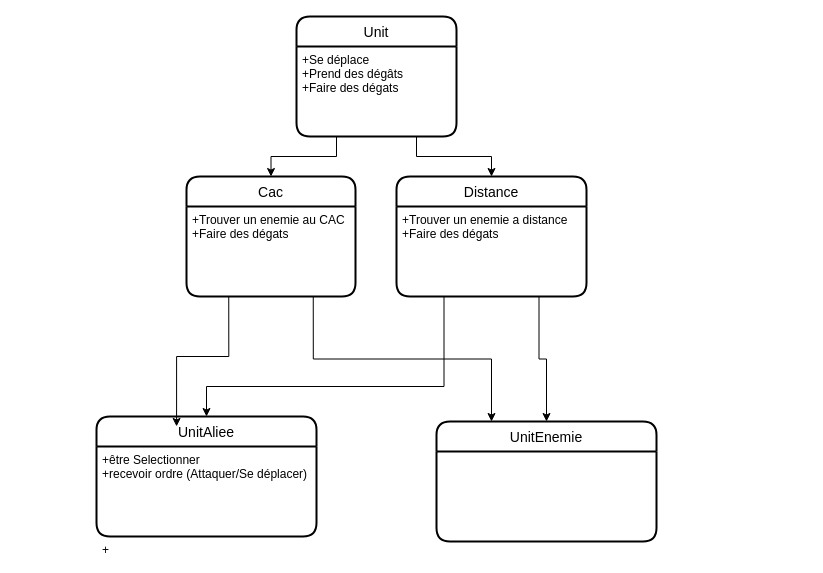
Nebre38-169/rts-unit keeps this draw.io diagram as UnitDiagramRTS.drawio. Above is the earlier version. Source tidied: cells renumbered, new cells numbered last; positions are measured from the earlier drawing's top-left corner, leaving out a move shared by most shapes. Both pictures are drawn from the tidied source at 100%, with x=0, y=0 at pixel (96, 16).
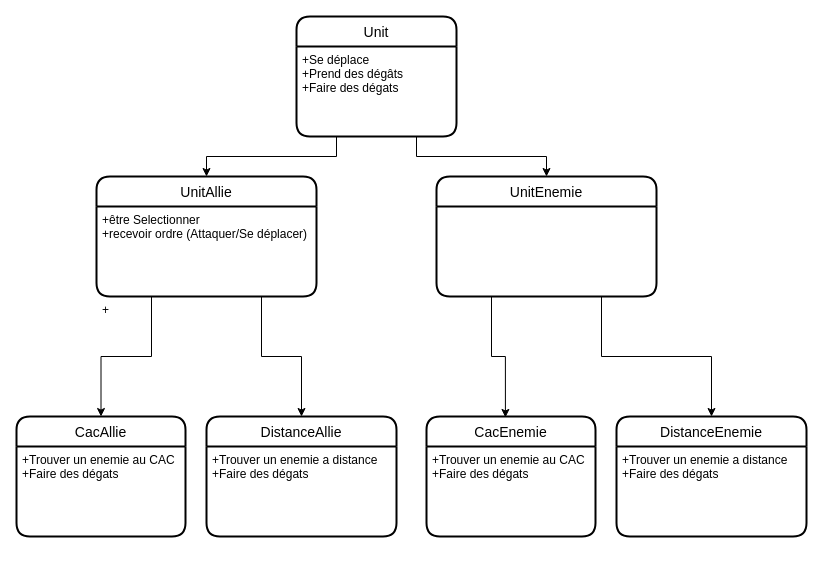
The same diagram, later.

Commit message (it also covers changes not shown here):
Added order. Unit moves along a path to a setted destination or to a target. Next step is assigning a target as an enemy

Unchanged cells that the change refers to:
```xml
<mxCell id="3" value="+Se déplace&#10;+Prend des dégâts&#10;+Faire des dégats" style="align=left;strokeColor=none;fillColor=none;spacingLeft=4;fontSize=12;verticalAlign=top;" parent="2" vertex="1">
  <mxGeometry y="30" width="160" height="90" as="geometry" />
</mxCell>
<mxCell id="5" value="+être Selectionner&#10;+recevoir ordre (Attaquer/Se déplacer)&#10;" style="align=left;strokeColor=none;fillColor=none;spacingLeft=4;fontSize=12;verticalAlign=top;" parent="4" vertex="1">
  <mxGeometry y="30" width="220" height="90" as="geometry" />
</mxCell>
<mxCell id="9" value="+Trouver un enemie au CAC&#10;+Faire des dégats" style="align=left;strokeColor=none;fillColor=none;spacingLeft=4;fontSize=12;verticalAlign=top;" parent="8" vertex="1">
  <mxGeometry y="30" width="169" height="90" as="geometry" />
</mxCell>
<mxCell id="11" value="+Trouver un enemie a distance&#10;+Faire des dégats" style="align=left;strokeColor=none;fillColor=none;spacingLeft=4;fontSize=12;verticalAlign=top;" parent="10" vertex="1">
  <mxGeometry y="30" width="190" height="90" as="geometry" />
</mxCell>
```

What changed in the source:
```diff
@@
-    <mxCell id="4" value="UnitAliee" style="swimlane;horizontal=1;startSize=30;rounded=1;fontSize=14;fontStyle=0;strokeWidth=2;shadow=0;dashed=0;align=center;" parent="1" vertex="1">
-      <mxGeometry y="400" width="220" height="120" as="geometry" />
+    <mxCell id="4" value="UnitAllie" style="swimlane;horizontal=1;startSize=30;rounded=1;fontSize=14;fontStyle=0;strokeWidth=2;shadow=0;dashed=0;align=center;" parent="1" vertex="1">
+      <mxGeometry y="160" width="220" height="120" as="geometry" />
     </mxCell>
@@
+    <mxCell id="18" style="edgeStyle=orthogonalEdgeStyle;rounded=0;jettySize=auto;html=1;exitX=0.25;exitY=1;exitDx=0;exitDy=0;entryX=0.467;entryY=0.008;entryDx=0;entryDy=0;entryPerimeter=0;" parent="1" edge="1" source="7" target="22">
+      <mxGeometry relative="1" as="geometry" />
+    </mxCell>
+    <mxCell id="19" style="edgeStyle=orthogonalEdgeStyle;rounded=0;jettySize=auto;html=1;exitX=0.75;exitY=1;exitDx=0;exitDy=0;entryX=0.5;entryY=0;entryDx=0;entryDy=0;" parent="1" edge="1" source="7" target="10">
+      <mxGeometry relative="1" as="geometry" />
+    </mxCell>
     <mxCell id="7" value="UnitEnemie" style="swimlane;horizontal=1;startSize=30;rounded=1;fontSize=14;fontStyle=0;strokeWidth=2;shadow=0;dashed=0;align=center;" parent="1" vertex="1">
-      <mxGeometry x="340" y="405" width="220" height="120" as="geometry" />
+      <mxGeometry x="340" y="160" width="220" height="120" as="geometry" />
     </mxCell>
-    <mxCell id="8" value="Cac" style="swimlane;horizontal=1;startSize=30;rounded=1;fontSize=14;fontStyle=0;strokeWidth=2;shadow=0;dashed=0;align=center;" parent="1" vertex="1">
-      <mxGeometry x="90" y="160" width="169" height="120" as="geometry" />
+    <mxCell id="8" value="CacAllie" style="swimlane;horizontal=1;startSize=30;rounded=1;fontSize=14;fontStyle=0;strokeWidth=2;shadow=0;dashed=0;align=center;" parent="1" vertex="1">
+      <mxGeometry x="-80" y="400" width="169" height="120" as="geometry" />
     </mxCell>
@@
-    <mxCell id="10" value="Distance" style="swimlane;horizontal=1;startSize=30;rounded=1;fontSize=14;fontStyle=0;strokeWidth=2;shadow=0;dashed=0;align=center;" parent="1" vertex="1">
-      <mxGeometry x="300" y="160" width="190" height="120" as="geometry" />
+    <mxCell id="10" value="DistanceEnemie" style="swimlane;horizontal=1;startSize=30;rounded=1;fontSize=14;fontStyle=0;strokeWidth=2;shadow=0;dashed=0;align=center;" parent="1" vertex="1">
+      <mxGeometry x="520" y="400" width="190" height="120" as="geometry" />
     </mxCell>
@@
-    <mxCell id="12" style="edgeStyle=orthogonalEdgeStyle;rounded=0;jettySize=auto;html=1;exitX=0.25;exitY=1;exitDx=0;exitDy=0;entryX=0.5;entryY=0;entryDx=0;entryDy=0;" parent="1" edge="1" source="3" target="8">
-      <mxGeometry relative="1" as="geometry" />
-    </mxCell>
-    <mxCell id="13" style="edgeStyle=orthogonalEdgeStyle;rounded=0;jettySize=auto;html=1;exitX=0.75;exitY=1;exitDx=0;exitDy=0;entryX=0.5;entryY=0;entryDx=0;entryDy=0;" parent="1" edge="1" source="3" target="10">
-      <mxGeometry relative="1" as="geometry" />
-    </mxCell>
-    <mxCell id="14" style="edgeStyle=orthogonalEdgeStyle;rounded=0;jettySize=auto;html=1;exitX=0.75;exitY=1;exitDx=0;exitDy=0;entryX=0.5;entryY=0;entryDx=0;entryDy=0;entryPerimeter=0;" parent="1" edge="1" source="11" target="7">
-      <mxGeometry relative="1" as="geometry" />
-    </mxCell>
-    <mxCell id="15" style="edgeStyle=orthogonalEdgeStyle;rounded=0;jettySize=auto;html=1;exitX=0.25;exitY=1;exitDx=0;exitDy=0;" parent="1" edge="1" source="11" target="4">
-      <mxGeometry relative="1" as="geometry">
-        <Array as="points">
-          <mxPoint x="348" y="370" />
-          <mxPoint x="110" y="370" />
-        </Array>
-      </mxGeometry>
-    </mxCell>
-    <mxCell id="16" style="edgeStyle=orthogonalEdgeStyle;rounded=0;jettySize=auto;html=1;exitX=0.75;exitY=1;exitDx=0;exitDy=0;entryX=0.25;entryY=0;entryDx=0;entryDy=0;" parent="1" edge="1" source="9" target="7">
-      <mxGeometry relative="1" as="geometry" />
-    </mxCell>
-    <mxCell id="17" style="edgeStyle=orthogonalEdgeStyle;rounded=0;jettySize=auto;html=1;exitX=0.25;exitY=1;exitDx=0;exitDy=0;entryX=0.364;entryY=0.083;entryDx=0;entryDy=0;entryPerimeter=0;" parent="1" edge="1" source="9" target="4">
-      <mxGeometry relative="1" as="geometry" />
-    </mxCell>
+    <mxCell id="20" value="DistanceAllie" style="swimlane;horizontal=1;startSize=30;rounded=1;fontSize=14;fontStyle=0;strokeWidth=2;shadow=0;dashed=0;align=center;" parent="1" vertex="1">
+      <mxGeometry x="110" y="400" width="190" height="120" as="geometry" />
+    </mxCell>
+    <mxCell id="21" value="+Trouver un enemie a distance&#10;+Faire des dégats" style="align=left;strokeColor=none;fillColor=none;spacingLeft=4;fontSize=12;verticalAlign=top;" parent="20" vertex="1">
+      <mxGeometry y="30" width="190" height="90" as="geometry" />
+    </mxCell>
+    <mxCell id="22" value="CacEnemie" style="swimlane;horizontal=1;startSize=30;rounded=1;fontSize=14;fontStyle=0;strokeWidth=2;shadow=0;dashed=0;align=center;" parent="1" vertex="1">
+      <mxGeometry x="330" y="400" width="169" height="120" as="geometry" />
+    </mxCell>
+    <mxCell id="23" value="+Trouver un enemie au CAC&#10;+Faire des dégats" style="align=left;strokeColor=none;fillColor=none;spacingLeft=4;fontSize=12;verticalAlign=top;" parent="22" vertex="1">
+      <mxGeometry y="30" width="169" height="90" as="geometry" />
+    </mxCell>
+    <mxCell id="24" style="edgeStyle=orthogonalEdgeStyle;rounded=0;jettySize=auto;html=1;exitX=0.25;exitY=1;exitDx=0;exitDy=0;" parent="1" edge="1" source="3" target="4">
+      <mxGeometry relative="1" as="geometry" />
+    </mxCell>
+    <mxCell id="25" style="edgeStyle=orthogonalEdgeStyle;rounded=0;jettySize=auto;html=1;exitX=0.75;exitY=1;exitDx=0;exitDy=0;" parent="1" edge="1" source="3" target="7">
+      <mxGeometry relative="1" as="geometry" />
+    </mxCell>
+    <mxCell id="26" style="edgeStyle=orthogonalEdgeStyle;rounded=0;jettySize=auto;html=1;exitX=0.25;exitY=1;exitDx=0;exitDy=0;entryX=0.5;entryY=0;entryDx=0;entryDy=0;" parent="1" edge="1" source="5" target="8">
+      <mxGeometry relative="1" as="geometry" />
+    </mxCell>
+    <mxCell id="27" style="edgeStyle=orthogonalEdgeStyle;rounded=0;jettySize=auto;html=1;exitX=0.75;exitY=1;exitDx=0;exitDy=0;" parent="1" edge="1" source="5" target="20">
+      <mxGeometry relative="1" as="geometry" />
+    </mxCell>
```
